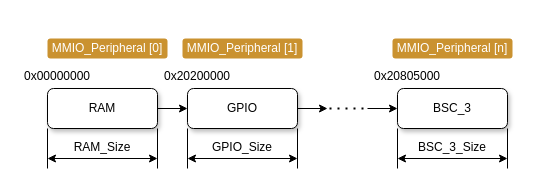
The draw.io diagram docs/diagrams/bus/bus_peripherals.drawio in silhavyj/ZeroMate, before the edit. Source tidied: cells renumbered, new cells numbered last; positions are measured from the earlier drawing's top-left corner, leaving out a move shared by most shapes. Both pictures are drawn from the tidied source at 100%, with x=0, y=0 at pixel (17, 38).
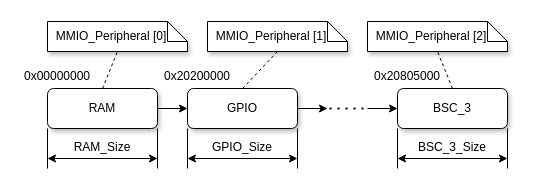
The same page after the edit.

Unchanged cells that the change refers to:
```xml
<mxCell id="4" value="RAM" style="rounded=1;whiteSpace=wrap;html=1;shadow=1;glass=0;fontFamily=Computer Modern;" parent="1" vertex="1">
  <mxGeometry x="30" y="50" width="110" height="40" as="geometry" />
</mxCell>
<mxCell id="12" value="GPIO" style="rounded=1;whiteSpace=wrap;html=1;shadow=1;glass=0;fontFamily=Computer Modern;" parent="1" vertex="1">
  <mxGeometry x="170" y="50" width="110" height="40" as="geometry" />
</mxCell>
<mxCell id="18" value="BSC_3" style="rounded=1;whiteSpace=wrap;html=1;shadow=1;glass=0;fontFamily=Computer Modern;" parent="1" vertex="1">
  <mxGeometry x="380" y="50" width="110" height="40" as="geometry" />
</mxCell>
```

What changed in the source:
```diff
@@
-    <mxCell id="2" value="&lt;font face=&quot;Computer Modern&quot;&gt;MMIO_Peripheral [0]&lt;/font&gt;" style="rounded=1;whiteSpace=wrap;html=1;fillColor=#ca9230;strokeColor=none;fontColor=#FFFFFF;" parent="1" vertex="1">
-      <mxGeometry x="30" width="120" height="20" as="geometry" />
-    </mxCell>
@@
+    <mxCell id="2" value="&amp;nbsp; MMIO_Peripheral [0]" style="shape=note;size=20;whiteSpace=wrap;html=1;fontFamily=Computer Modern;shadow=1;align=left;" parent="1" vertex="1">
+      <mxGeometry x="30" y="-17" width="140" height="30" as="geometry" />
+    </mxCell>
-    <mxCell id="26" value="&lt;font face=&quot;Computer Modern&quot;&gt;MMIO_Peripheral [1]&lt;/font&gt;" style="rounded=1;whiteSpace=wrap;html=1;fillColor=#ca9230;strokeColor=none;fontColor=#FFFFFF;" parent="1" vertex="1">
-      <mxGeometry x="165" width="120" height="20" as="geometry" />
+    <mxCell id="26" value="&amp;nbsp; MMIO_Peripheral [1]" style="shape=note;size=20;whiteSpace=wrap;html=1;fontFamily=Computer Modern;shadow=1;align=left;" parent="1" vertex="1">
+      <mxGeometry x="190" y="-17" width="140" height="30" as="geometry" />
     </mxCell>
-    <mxCell id="27" value="&lt;font face=&quot;Computer Modern&quot;&gt;MMIO_Peripheral [n]&lt;/font&gt;" style="rounded=1;whiteSpace=wrap;html=1;fillColor=#ca9230;strokeColor=none;fontColor=#FFFFFF;" parent="1" vertex="1">
-      <mxGeometry x="375" width="120" height="20" as="geometry" />
-    </mxCell>
+    <mxCell id="28" value="&amp;nbsp; MMIO_Peripheral [2]" style="shape=note;size=20;whiteSpace=wrap;html=1;fontFamily=Computer Modern;shadow=1;align=left;" parent="1" vertex="1">
+      <mxGeometry x="350" y="-17" width="140" height="30" as="geometry" />
+    </mxCell>
+    <mxCell id="29" style="endArrow=none;dashed=1;html=1;rounded=0;exitX=0.5;exitY=0;exitDx=0;exitDy=0;entryX=0.5;entryY=1;entryDx=0;entryDy=0;entryPerimeter=0;" parent="1" edge="1" source="4" target="2">
+      <mxGeometry relative="1" as="geometry" />
+    </mxCell>
+    <mxCell id="30" style="endArrow=none;dashed=1;html=1;rounded=0;exitX=0.5;exitY=0;exitDx=0;exitDy=0;entryX=0.5;entryY=1;entryDx=0;entryDy=0;entryPerimeter=0;" parent="1" edge="1" source="12" target="26">
+      <mxGeometry relative="1" as="geometry" />
+    </mxCell>
+    <mxCell id="31" style="endArrow=none;dashed=1;html=1;rounded=0;exitX=0.5;exitY=0;exitDx=0;exitDy=0;entryX=0.5;entryY=1;entryDx=0;entryDy=0;entryPerimeter=0;" parent="1" edge="1" source="18" target="28">
+      <mxGeometry relative="1" as="geometry" />
+    </mxCell>
```
